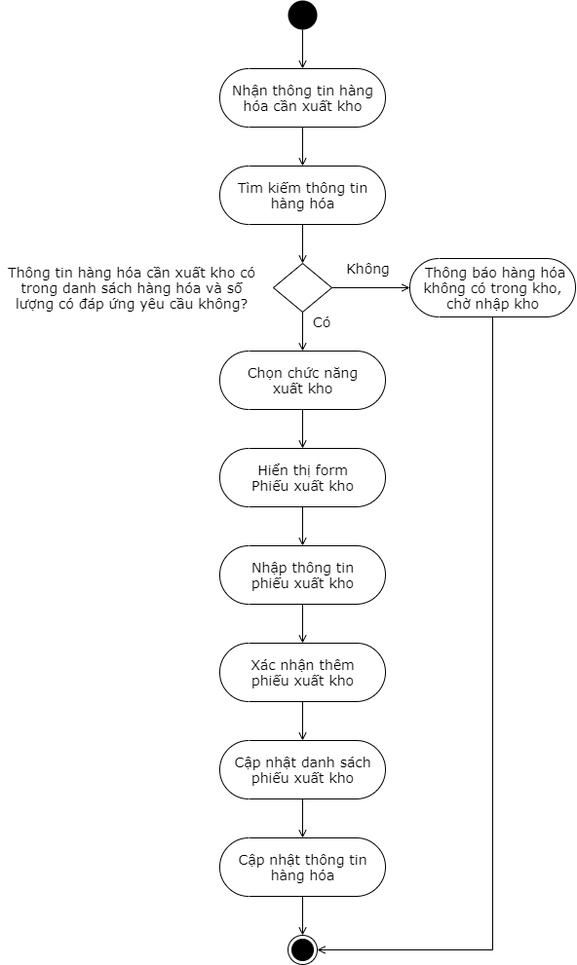
Before: Phan_Tich_Thiet_Ke/Diagram/Activity_Diagram/Activity_Diagram_QuanLyKho_XuatKho.png, a diagram exported from draw.io (KNhaa/DoAnCNPM). Source tidied: cells renumbered, new cells last; positions are measured from the earlier drawing's top-left corner, leaving out a move shared by most shapes.
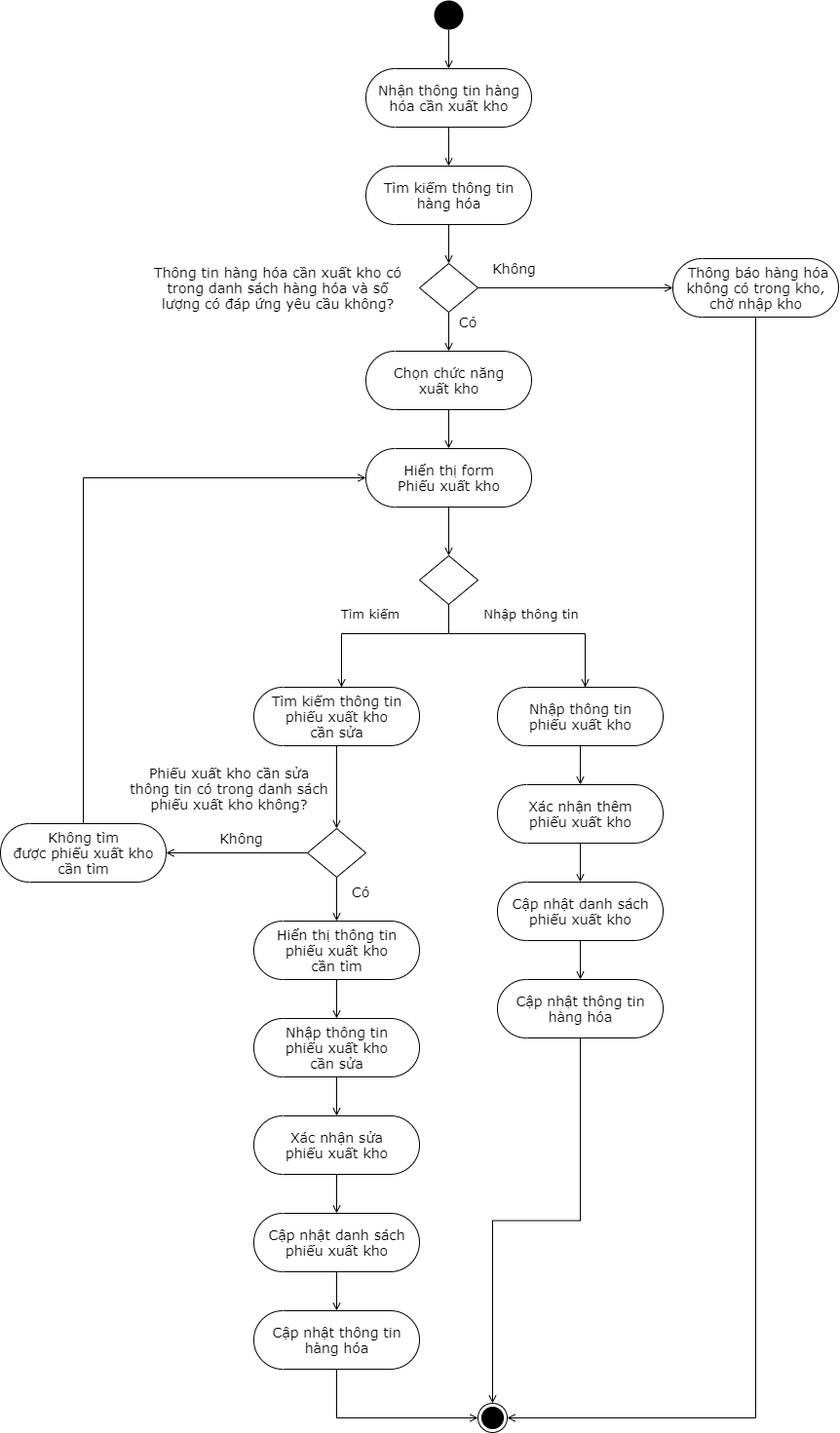
Above is the later version.

Commit message:
Cập nhật lần 1 Activity diagram Quản lý kho

Change to the diagram source:
```diff
@@ -26,15 +26,15 @@
     <mxCell id="9" value="Thông tin hàng hóa cần xuất kho có trong danh sách hàng hóa và số lượng có đáp ứng yêu cầu không?" style="text;html=1;strokeColor=none;fillColor=none;align=center;verticalAlign=middle;whiteSpace=wrap;rounded=0;fontFamily=Verdana;fontSize=14;" parent="1" vertex="1">
       <mxGeometry y="270" width="270" height="50" as="geometry" />
     </mxCell>
-    <mxCell id="10" style="edgeStyle=orthogonalEdgeStyle;rounded=0;jettySize=auto;html=1;entryX=1;entryY=0.5;entryDx=0;entryDy=0;fontFamily=Verdana;fontSize=14;endArrow=open;endFill=0;exitX=0.5;exitY=0.5;exitDx=0;exitDy=30;exitPerimeter=0;" parent="1" edge="1" source="11" target="20">
-      <mxGeometry relative="1" as="geometry">
-        <Array as="points">
-          <mxPoint x="505" y="975" />
-        </Array>
-      </mxGeometry>
-    </mxCell>
+    <mxCell id="29" style="edgeStyle=orthogonalEdgeStyle;rounded=0;jettySize=auto;html=1;entryX=1;entryY=0.5;entryDx=0;entryDy=0;endArrow=open;endFill=0;fontFamily=Verdana;fontSize=13;" parent="1" edge="1" source="11" target="32">
+      <mxGeometry relative="1" as="geometry">
+        <Array as="points">
+          <mxPoint x="625" y="1455" />
+        </Array>
+      </mxGeometry>
+    </mxCell>
     <mxCell id="11" value="&amp;nbsp;Thông báo hàng hóa&lt;br&gt;không có trong kho,&lt;br&gt;chờ nhập kho" style="html=1;dashed=0;whitespace=wrap;shape=mxgraph.dfd.start;fontFamily=Verdana;fontSize=14;" parent="1" vertex="1">
-      <mxGeometry x="420" y="265" width="170" height="60" as="geometry" />
+      <mxGeometry x="540" y="265" width="170" height="60" as="geometry" />
     </mxCell>
     <mxCell id="12" value="Không" style="text;html=1;strokeColor=none;fillColor=none;align=center;verticalAlign=middle;whiteSpace=wrap;rounded=0;fontFamily=Verdana;fontSize=14;" parent="1" vertex="1">
       <mxGeometry x="350" y="265" width="55" height="20" as="geometry" />
@@ -52,26 +52,32 @@
       <mxGeometry relative="1" as="geometry" />
     </mxCell>
     <mxCell id="17" value="Nhập thông tin&lt;br&gt;phiếu xuất kho" style="html=1;dashed=0;whitespace=wrap;shape=mxgraph.dfd.start;fontFamily=Verdana;fontSize=14;" parent="1" vertex="1">
-      <mxGeometry x="225" y="560" width="170" height="60" as="geometry" />
+      <mxGeometry x="360" y="705" width="170" height="60" as="geometry" />
     </mxCell>
-    <mxCell id="18" style="edgeStyle=orthogonalEdgeStyle;rounded=0;jettySize=auto;html=1;entryX=0.5;entryY=0;entryDx=0;entryDy=0;fontFamily=Verdana;fontSize=14;endArrow=open;endFill=0;" parent="1" edge="1" source="19" target="20">
-      <mxGeometry relative="1" as="geometry" />
-    </mxCell>
+    <mxCell id="30" style="edgeStyle=orthogonalEdgeStyle;rounded=0;jettySize=auto;html=1;entryX=0.5;entryY=0;entryDx=0;entryDy=0;endArrow=open;endFill=0;fontFamily=Verdana;fontSize=13;" parent="1" edge="1" source="19" target="32">
+      <mxGeometry relative="1" as="geometry" />
+    </mxCell>
     <mxCell id="19" value="Cập nhật thông tin&lt;br&gt;hàng hóa" style="html=1;dashed=0;whitespace=wrap;shape=mxgraph.dfd.start;fontFamily=Verdana;fontSize=14;" parent="1" vertex="1">
-      <mxGeometry x="225" y="860" width="170" height="60" as="geometry" />
+      <mxGeometry x="360" y="1005" width="170" height="60" as="geometry" />
     </mxCell>
-    <mxCell id="20" style="ellipse;html=1;shape=endState;fillColor=#000000;strokeColor=#000000;fontFamily=Verdana;fontSize=14;" parent="1" vertex="1">
-      <mxGeometry x="295" y="960" width="30" height="30" as="geometry" />
-    </mxCell>
     <mxCell id="21" style="edgeStyle=orthogonalEdgeStyle;rounded=0;jettySize=auto;html=1;fontFamily=Verdana;fontSize=14;endArrow=open;endFill=0;" parent="1" edge="1" source="22" target="24">
       <mxGeometry relative="1" as="geometry" />
     </mxCell>
     <mxCell id="22" value="Chọn chức năng&lt;br&gt;xuất kho" style="html=1;dashed=0;whitespace=wrap;shape=mxgraph.dfd.start;fontFamily=Verdana;fontSize=14;" parent="1" vertex="1">
       <mxGeometry x="225" y="360" width="170" height="60" as="geometry" />
     </mxCell>
-    <mxCell id="23" style="edgeStyle=orthogonalEdgeStyle;rounded=0;jettySize=auto;html=1;entryX=0.5;entryY=0.5;entryDx=0;entryDy=-30;entryPerimeter=0;fontFamily=Verdana;fontSize=14;endArrow=open;endFill=0;" parent="1" edge="1" source="24" target="17">
-      <mxGeometry relative="1" as="geometry" />
+    <mxCell id="23" style="edgeStyle=orthogonalEdgeStyle;rounded=0;orthogonalLoop=1;jettySize=auto;html=1;fontFamily=Verdana;fontSize=14;endArrow=open;endFill=0;" parent="1" edge="1">
+      <mxGeometry relative="1" as="geometry">
+        <mxPoint x="450" y="650" as="sourcePoint" />
+        <mxPoint x="450" y="705" as="targetPoint" />
+        <Array as="points">
+          <mxPoint x="450" y="705" />
+        </Array>
+      </mxGeometry>
     </mxCell>
+    <mxCell id="31" style="edgeStyle=orthogonalEdgeStyle;rounded=0;jettySize=auto;html=1;entryX=0.5;entryY=0;entryDx=0;entryDy=0;endArrow=open;endFill=0;fontFamily=Verdana;fontSize=13;" parent="1" edge="1" source="24" target="55">
+      <mxGeometry relative="1" as="geometry" />
+    </mxCell>
     <mxCell id="24" value="Hiển thị form&lt;br&gt;Phiếu xuất kho" style="html=1;dashed=0;whitespace=wrap;shape=mxgraph.dfd.start;fontFamily=Verdana;fontSize=14;" parent="1" vertex="1">
       <mxGeometry x="225" y="460" width="170" height="60" as="geometry" />
     </mxCell>
@@ -79,13 +85,125 @@
       <mxGeometry relative="1" as="geometry" />
     </mxCell>
     <mxCell id="26" value="Cập nhật danh sách&lt;br&gt;phiếu xuất kho" style="html=1;dashed=0;whitespace=wrap;shape=mxgraph.dfd.start;fontFamily=Verdana;fontSize=14;" parent="1" vertex="1">
-      <mxGeometry x="225" y="760" width="170" height="60" as="geometry" />
+      <mxGeometry x="360" y="905" width="170" height="60" as="geometry" />
     </mxCell>
     <mxCell id="27" style="edgeStyle=orthogonalEdgeStyle;rounded=0;jettySize=auto;html=1;entryX=0.5;entryY=0.5;entryDx=0;entryDy=-30;entryPerimeter=0;endArrow=open;endFill=0;fontFamily=Verdana;fontSize=14;" parent="1" edge="1" source="28" target="26">
       <mxGeometry relative="1" as="geometry" />
     </mxCell>
     <mxCell id="28" value="Xác nhận thêm&lt;br&gt;phiếu xuất kho" style="html=1;dashed=0;whitespace=wrap;shape=mxgraph.dfd.start;fontFamily=Verdana;fontSize=14;" parent="1" vertex="1">
-      <mxGeometry x="225" y="660" width="170" height="60" as="geometry" />
+      <mxGeometry x="360" y="805" width="170" height="60" as="geometry" />
     </mxCell>
+    <mxCell id="32" style="ellipse;html=1;shape=endState;fillColor=#000000;strokeColor=#000000;fontFamily=Verdana;fontSize=14;" parent="1" vertex="1">
+      <mxGeometry x="340" y="1440" width="30" height="30" as="geometry" />
+    </mxCell>
+    <mxCell id="33" style="edgeStyle=orthogonalEdgeStyle;rounded=0;jettySize=auto;html=1;entryX=0.5;entryY=0.5;entryDx=0;entryDy=-30;entryPerimeter=0;endArrow=open;endFill=0;fontFamily=Verdana;fontSize=14;" parent="1" edge="1" source="34" target="39">
+      <mxGeometry relative="1" as="geometry" />
+    </mxCell>
+    <mxCell id="34" value="Nhập thông tin&lt;br&gt;phiếu xuất kho&lt;br&gt;cần sửa" style="html=1;dashed=0;whitespace=wrap;shape=mxgraph.dfd.start;fontFamily=Verdana;fontSize=14;" parent="1" vertex="1">
+      <mxGeometry x="110" y="1045" width="170" height="60" as="geometry" />
+    </mxCell>
+    <mxCell id="35" style="edgeStyle=orthogonalEdgeStyle;rounded=0;jettySize=auto;html=1;entryX=0;entryY=0.5;entryDx=0;entryDy=0;endArrow=open;endFill=0;fontFamily=Verdana;fontSize=13;" parent="1" edge="1" source="36" target="32">
+      <mxGeometry relative="1" as="geometry">
+        <Array as="points">
+          <mxPoint x="195" y="1455" />
+        </Array>
+      </mxGeometry>
+    </mxCell>
+    <mxCell id="36" value="Cập nhật thông tin&lt;br&gt;hàng hóa" style="html=1;dashed=0;whitespace=wrap;shape=mxgraph.dfd.start;fontFamily=Verdana;fontSize=14;" parent="1" vertex="1">
+      <mxGeometry x="110" y="1345" width="170" height="60" as="geometry" />
+    </mxCell>
+    <mxCell id="37" style="edgeStyle=orthogonalEdgeStyle;rounded=0;orthogonalLoop=1;jettySize=auto;html=1;endArrow=open;endFill=0;fontFamily=Verdana;fontSize=14;" parent="1" edge="1">
+      <mxGeometry relative="1" as="geometry">
+        <mxPoint x="200" y="650" as="sourcePoint" />
+        <mxPoint x="200" y="705" as="targetPoint" />
+        <Array as="points">
+          <mxPoint x="200" y="705" />
+        </Array>
+      </mxGeometry>
+    </mxCell>
+    <mxCell id="38" style="edgeStyle=orthogonalEdgeStyle;rounded=0;jettySize=auto;html=1;entryX=0.5;entryY=0.5;entryDx=0;entryDy=-30;entryPerimeter=0;endArrow=open;endFill=0;" parent="1" edge="1" source="39" target="53">
+      <mxGeometry relative="1" as="geometry" />
+    </mxCell>
+    <mxCell id="39" value="Xác nhận sửa&lt;br&gt;phiếu xuất kho" style="html=1;dashed=0;whitespace=wrap;shape=mxgraph.dfd.start;fontFamily=Verdana;fontSize=14;" parent="1" vertex="1">
+      <mxGeometry x="110" y="1145" width="170" height="60" as="geometry" />
+    </mxCell>
+    <mxCell id="40" style="edgeStyle=orthogonalEdgeStyle;rounded=0;jettySize=auto;html=1;entryX=0.5;entryY=0;entryDx=0;entryDy=0;endArrow=open;endFill=0;fontFamily=Verdana;fontSize=14;" parent="1" edge="1" source="41" target="46">
+      <mxGeometry relative="1" as="geometry" />
+    </mxCell>
+    <mxCell id="41" value="Tìm kiếm thông tin&lt;br&gt;phiếu xuất kho&lt;br&gt;cần sửa" style="html=1;dashed=0;whitespace=wrap;shape=mxgraph.dfd.start;fontFamily=Verdana;fontSize=14;" parent="1" vertex="1">
+      <mxGeometry x="110" y="705" width="170" height="60" as="geometry" />
+    </mxCell>
+    <mxCell id="42" style="edgeStyle=orthogonalEdgeStyle;rounded=0;jettySize=auto;html=1;entryX=0.5;entryY=0.5;entryDx=0;entryDy=-30;entryPerimeter=0;endArrow=open;endFill=0;fontFamily=Verdana;fontSize=14;" parent="1" edge="1" source="43" target="34">
+      <mxGeometry relative="1" as="geometry" />
+    </mxCell>
+    <mxCell id="43" value="Hiển thị thông tin&lt;br&gt;phiếu xuất kho&lt;br&gt;cần tìm" style="html=1;dashed=0;whitespace=wrap;shape=mxgraph.dfd.start;fontFamily=Verdana;fontSize=14;" parent="1" vertex="1">
+      <mxGeometry x="110" y="945" width="170" height="60" as="geometry" />
+    </mxCell>
+    <mxCell id="44" style="edgeStyle=orthogonalEdgeStyle;rounded=0;jettySize=auto;html=1;entryX=0.5;entryY=0.5;entryDx=0;entryDy=-30;entryPerimeter=0;endArrow=open;endFill=0;fontFamily=Verdana;fontSize=14;" parent="1" edge="1" source="46" target="43">
+      <mxGeometry relative="1" as="geometry" />
+    </mxCell>
+    <mxCell id="45" style="edgeStyle=orthogonalEdgeStyle;rounded=0;jettySize=auto;html=1;entryX=1;entryY=0.5;entryDx=0;entryDy=0;entryPerimeter=0;endArrow=open;endFill=0;fontFamily=Verdana;fontSize=13;" parent="1" edge="1" source="46" target="48">
+      <mxGeometry relative="1" as="geometry" />
+    </mxCell>
+    <mxCell id="46" style="shape=rhombus;html=1;dashed=0;whitespace=wrap;perimeter=rhombusPerimeter;fontFamily=Verdana;fontSize=14;" parent="1" vertex="1">
+      <mxGeometry x="165" y="850" width="60" height="50" as="geometry" />
+    </mxCell>
+    <mxCell id="47" style="edgeStyle=orthogonalEdgeStyle;rounded=0;jettySize=auto;html=1;entryX=0;entryY=0.5;entryDx=0;entryDy=0;entryPerimeter=0;endArrow=open;endFill=0;fontFamily=Verdana;fontSize=13;" parent="1" edge="1" source="48" target="24">
+      <mxGeometry relative="1" as="geometry">
+        <Array as="points">
+          <mxPoint x="-65" y="490" />
+        </Array>
+      </mxGeometry>
+    </mxCell>
+    <mxCell id="48" value="Không tìm&lt;br&gt;được phiếu xuất kho&lt;span&gt;&lt;br&gt;&lt;/span&gt;cần tìm" style="html=1;dashed=0;whitespace=wrap;shape=mxgraph.dfd.start;fontFamily=Verdana;fontSize=14;" parent="1" vertex="1">
+      <mxGeometry x="-150" y="845" width="170" height="60" as="geometry" />
+    </mxCell>
+    <mxCell id="49" value="P&lt;span&gt;hiếu&amp;nbsp;&lt;/span&gt;&lt;span&gt;xuất kho&lt;/span&gt;&lt;span&gt;&amp;nbsp;&lt;/span&gt;cần sửa&lt;br&gt;thông tin có trong danh sách&lt;br&gt;p&lt;span&gt;hiếu xuất kho&amp;nbsp;&lt;/span&gt;không?" style="text;html=1;strokeColor=none;fillColor=none;align=center;verticalAlign=middle;whiteSpace=wrap;rounded=0;fontFamily=Verdana;fontSize=14;" parent="1" vertex="1">
+      <mxGeometry x="-25" y="780" width="220" height="57.5" as="geometry" />
+    </mxCell>
+    <mxCell id="50" value="Không" style="text;html=1;strokeColor=none;fillColor=none;align=center;verticalAlign=middle;whiteSpace=wrap;rounded=0;fontFamily=Verdana;fontSize=14;" parent="1" vertex="1">
+      <mxGeometry x="70" y="850" width="55" height="20" as="geometry" />
+    </mxCell>
+    <mxCell id="51" value="Có" style="text;html=1;strokeColor=none;fillColor=none;align=center;verticalAlign=middle;whiteSpace=wrap;rounded=0;fontFamily=Verdana;fontSize=14;" parent="1" vertex="1">
+      <mxGeometry x="210" y="905" width="20" height="20" as="geometry" />
+    </mxCell>
+    <mxCell id="52" style="edgeStyle=orthogonalEdgeStyle;rounded=0;jettySize=auto;html=1;endArrow=open;endFill=0;" parent="1" edge="1" source="53" target="36">
+      <mxGeometry relative="1" as="geometry" />
+    </mxCell>
+    <mxCell id="53" value="Cập nhật danh sách&lt;br&gt;&lt;span&gt;p&lt;/span&gt;&lt;span&gt;hiếu xuất kho&lt;/span&gt;" style="html=1;dashed=0;whitespace=wrap;shape=mxgraph.dfd.start;fontFamily=Verdana;fontSize=14;" parent="1" vertex="1">
+      <mxGeometry x="110" y="1245" width="170" height="60" as="geometry" />
+    </mxCell>
+    <mxCell id="54" style="edgeStyle=orthogonalEdgeStyle;rounded=0;jettySize=auto;html=1;endArrow=none;endFill=0;fontFamily=Verdana;fontSize=13;" parent="1" edge="1" source="55">
+      <mxGeometry relative="1" as="geometry">
+        <mxPoint x="310" y="650" as="targetPoint" />
+      </mxGeometry>
+    </mxCell>
+    <mxCell id="55" style="shape=rhombus;html=1;dashed=0;whitespace=wrap;perimeter=rhombusPerimeter;fontFamily=Verdana;fontSize=14;" parent="1" vertex="1">
+      <mxGeometry x="280" y="570" width="60" height="50" as="geometry" />
+    </mxCell>
+    <mxCell id="56" style="endArrow=none;html=1;fontFamily=Verdana;fontSize=13;" parent="1" edge="1">
+      <mxGeometry relative="1" as="geometry">
+        <mxPoint x="200" y="650" as="sourcePoint" />
+        <mxPoint x="450" y="650" as="targetPoint" />
+      </mxGeometry>
+    </mxCell>
+    <mxCell id="57" style="endArrow=none;html=1;fontFamily=Verdana;fontSize=13;" parent="1" edge="1">
+      <mxGeometry relative="1" as="geometry">
+        <mxPoint x="310" y="650" as="sourcePoint" />
+        <mxPoint x="310" y="620" as="targetPoint" />
+      </mxGeometry>
+    </mxCell>
+    <mxCell id="58" style="endArrow=none;html=1;fontFamily=Verdana;fontSize=13;" parent="1" edge="1">
+      <mxGeometry relative="1" as="geometry">
+        <mxPoint x="210" y="650" as="sourcePoint" />
+        <mxPoint x="410" y="650" as="targetPoint" />
+      </mxGeometry>
+    </mxCell>
+    <mxCell id="59" value="Tìm kiếm" style="text;html=1;strokeColor=none;fillColor=none;align=center;verticalAlign=middle;whiteSpace=wrap;rounded=0;fontFamily=Verdana;fontSize=13;" parent="1" vertex="1">
+      <mxGeometry x="190" y="620" width="80" height="20" as="geometry" />
+    </mxCell>
+    <mxCell id="60" value="Nhập thông tin" style="text;html=1;strokeColor=none;fillColor=none;align=center;verticalAlign=middle;whiteSpace=wrap;rounded=0;fontFamily=Verdana;fontSize=13;" parent="1" vertex="1">
+      <mxGeometry x="340" y="620" width="110" height="20" as="geometry" />
+    </mxCell>
   </root>
 </mxGraphModel>
```
